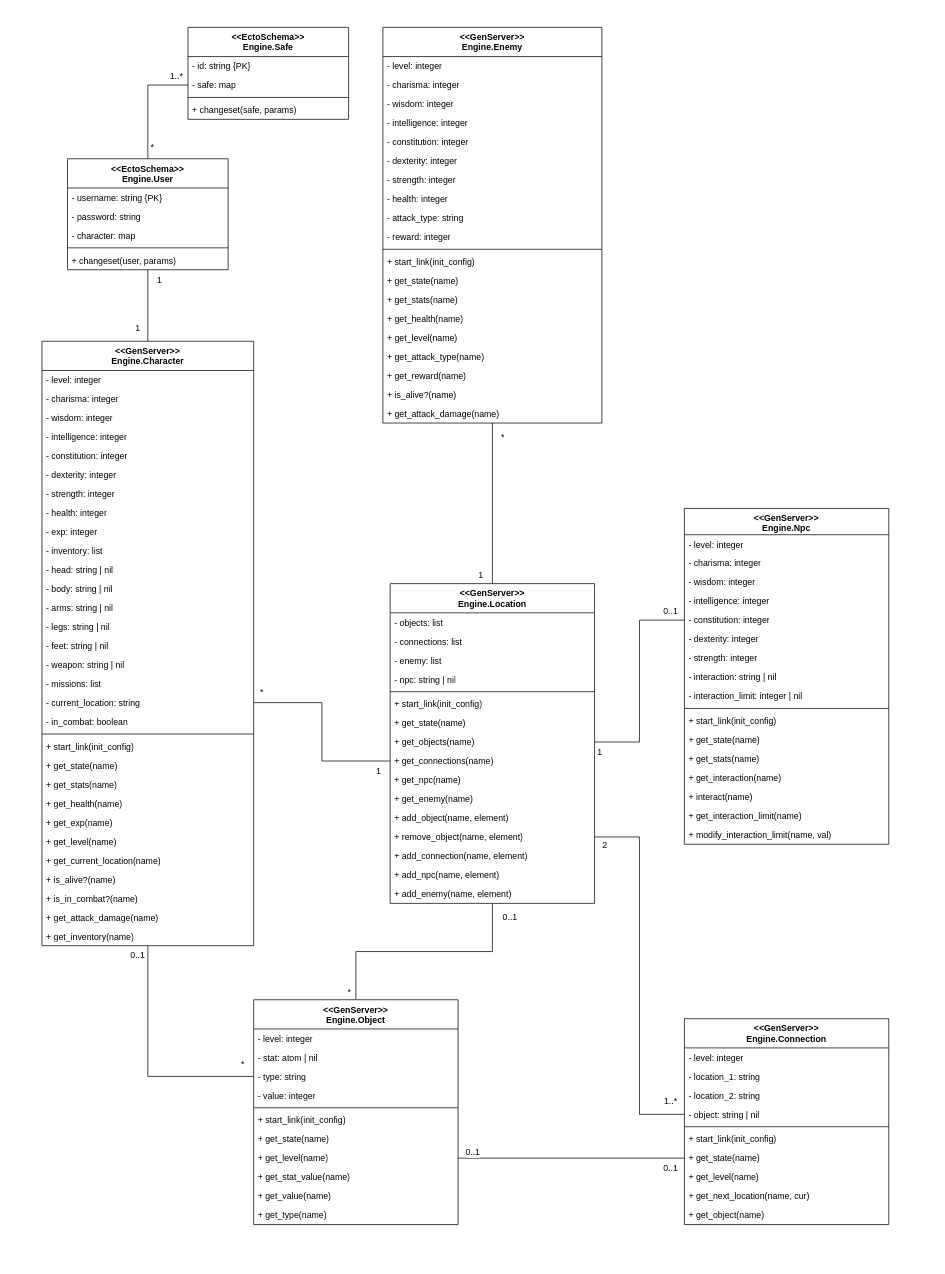
Before: document/tex_files/mainmatter/chapter_5/images/design_engine/diseno_moto_final.drawio in ThAlsay/Hephaestus, a draw.io diagram. Source tidied: cells renumbered, new cells numbered last; positions are measured from the earlier drawing's top-left corner, leaving out a move shared by most shapes. Both pictures are drawn from the tidied source at 73%, with x=0, y=0 at pixel (42, 27).
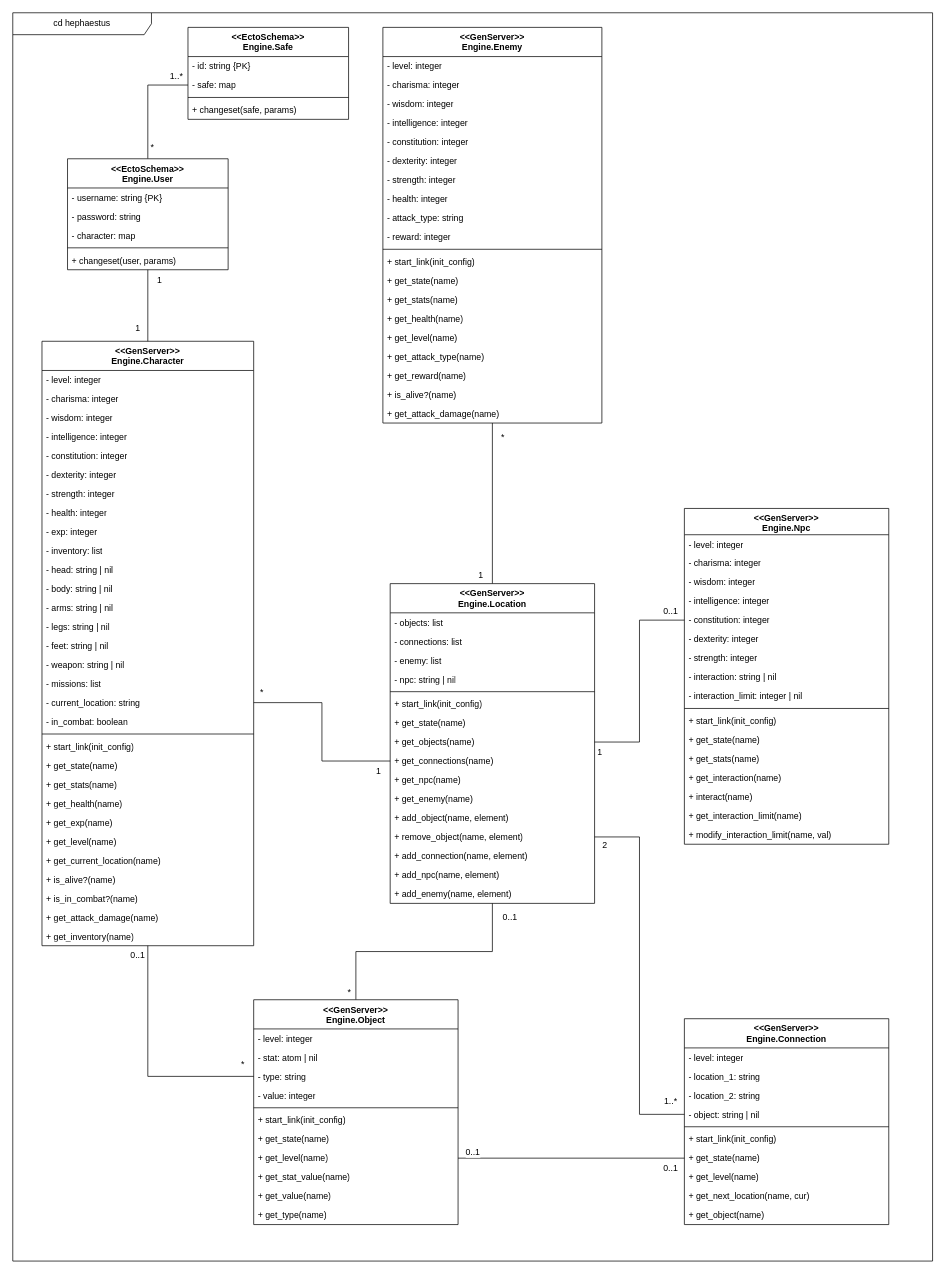
The same page after the edit.

Change to the diagram source:
```diff
@@
+    <mxCell id="151" value="cd hephaestus" style="shape=umlFrame;whiteSpace=wrap;html=1;width=190;height=30;" parent="1" vertex="1">
+      <mxGeometry x="-40" y="-20" width="1260" height="1710" as="geometry" />
+    </mxCell>
```
